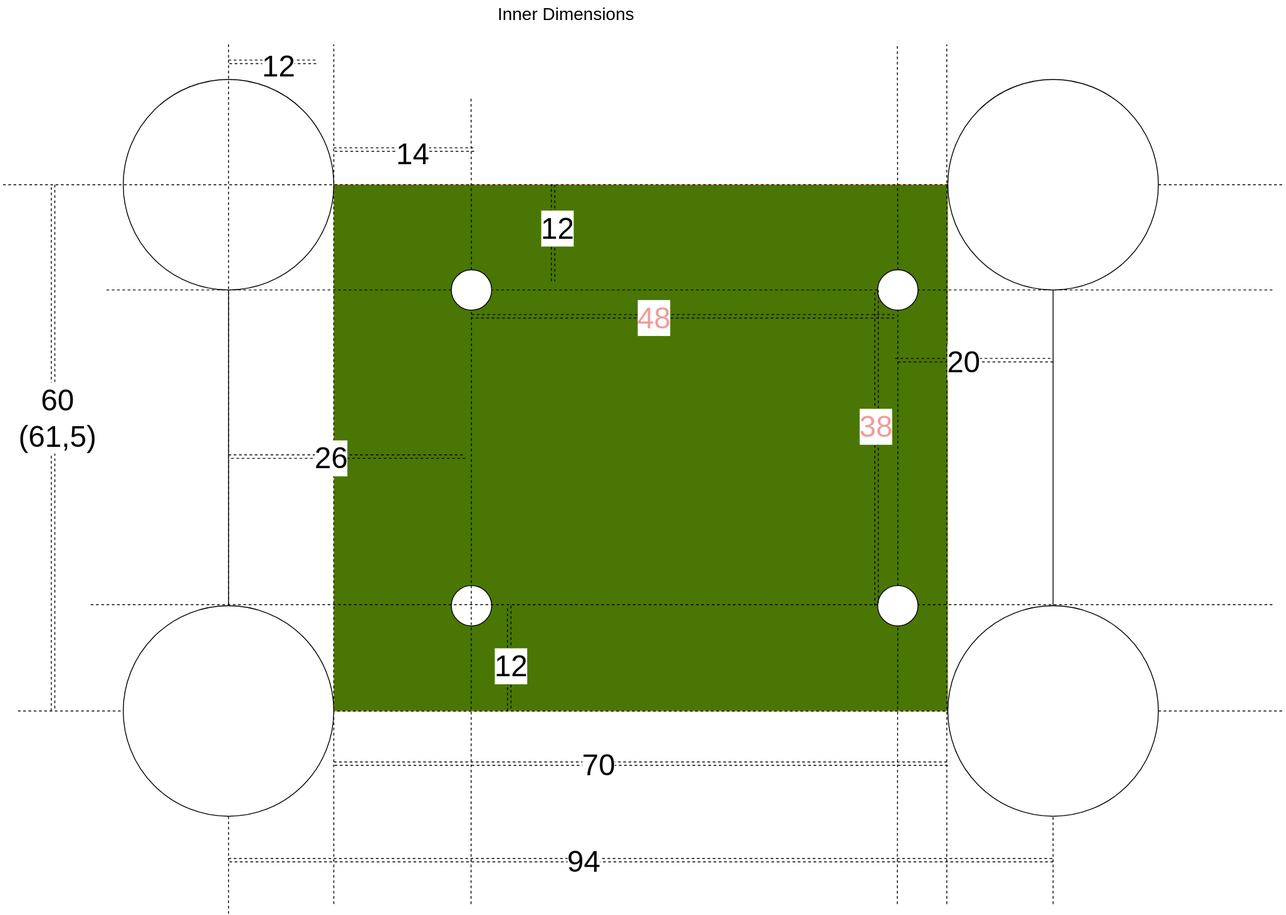
Before: Sonoff_Case.drawio.svg, a diagram exported from draw.io (mkaiser/ESP32-CAN). Source tidied: cells renumbered, new cells last; positions are measured from the earlier drawing's top-left corner, leaving out a move shared by most shapes.
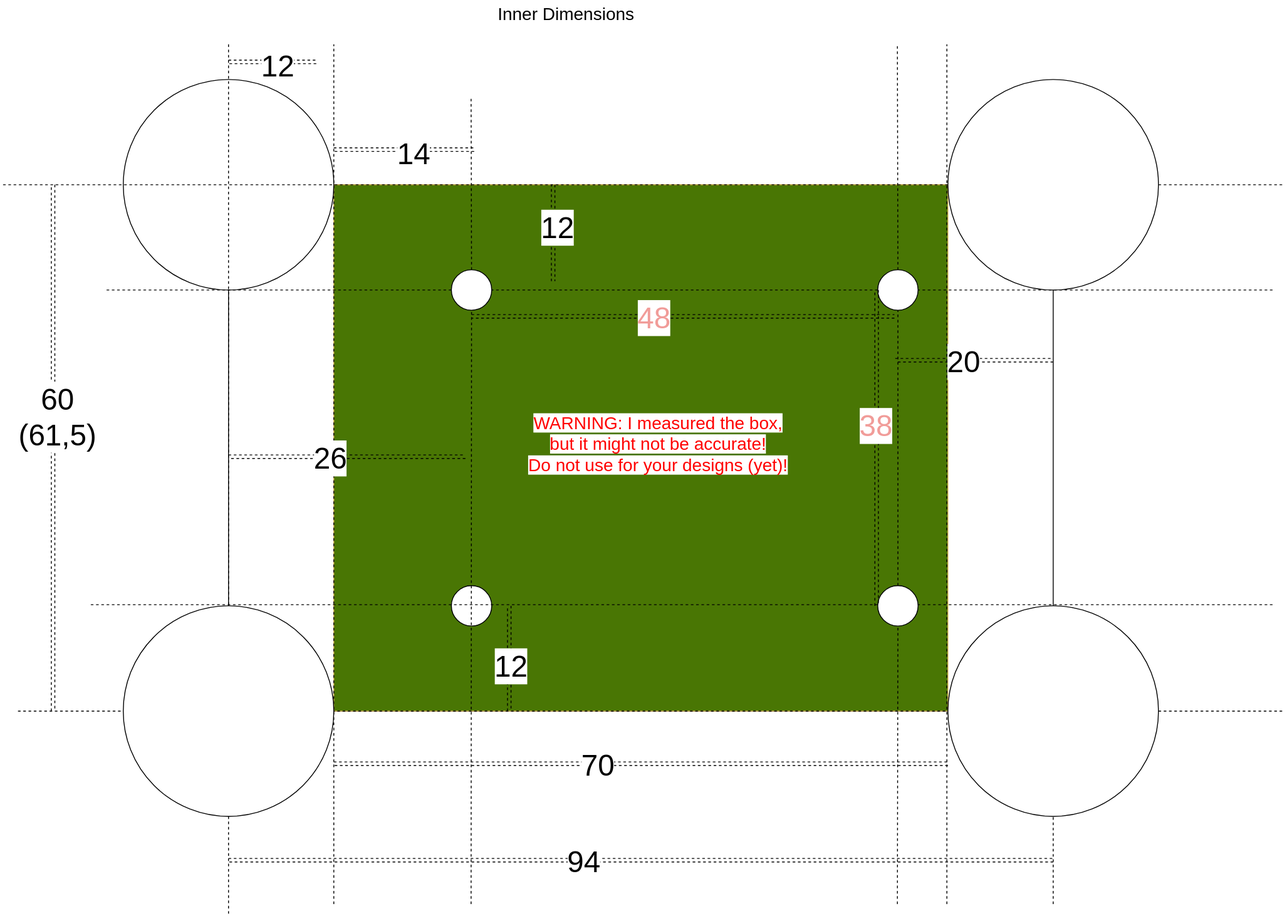
Above is the later version.

Commit message:
added warning to not rely on the measurements

Change to the diagram source:
```diff
@@ -232,5 +232,8 @@
     <mxCell id="52" value="14" style="edgeLabel;html=1;align=center;verticalAlign=middle;fontSize=34;" parent="51" vertex="1">
       <mxGeometry x="0.12" y="-4" relative="1" as="geometry" />
     </mxCell>
+    <mxCell id="53" value="&lt;font color=&quot;#ff0000&quot; style=&quot;font-size: 20px; background-color: rgb(255, 255, 255);&quot;&gt;WARNING: I measured the box, but it might not be accurate!&lt;br&gt;Do not use for your designs (yet)!&lt;/font&gt;" style="text;html=1;strokeColor=none;fillColor=none;align=center;verticalAlign=middle;whiteSpace=wrap;rounded=0;" parent="1" vertex="1">
+      <mxGeometry x="600" y="440" width="300" height="130" as="geometry" />
+    </mxCell>
   </root>
 </mxGraphModel>
```
